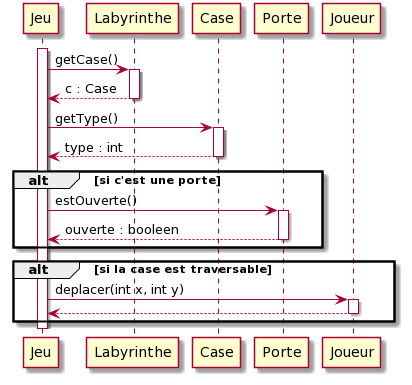
icetomtom/2020_COO_Zeldiablo_muller742u_etchevar1u_huet41u_bouillo15u keeps this PlantUML diagram as documents/version_3/Diagramme_sequence_porte.png. Above is the earlier version.
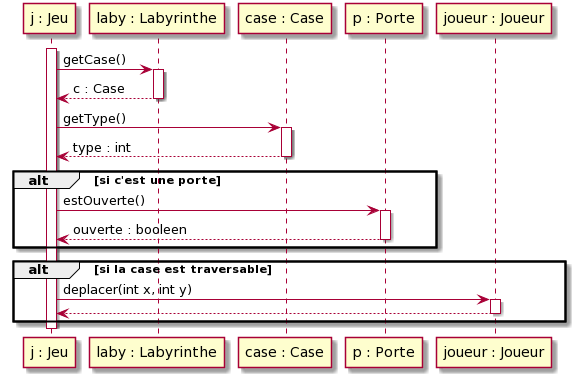
After the change.

The edit, as a diff of the source:
```diff
@@ -1,29 +1,29 @@
 @startuml
-activate Jeu
+activate "j : Jeu"
 
-Jeu -> Labyrinthe : getCase()
-activate Labyrinthe
-Labyrinthe --> Jeu : c : Case
-deactivate Labyrinthe
+"j : Jeu" -> "laby : Labyrinthe" : getCase()
+activate "laby : Labyrinthe"
+"laby : Labyrinthe" --> "j : Jeu" : c : Case
+deactivate "laby : Labyrinthe"
 
-Jeu -> Case : getType()
-activate Case
-Case --> Jeu : type : int
-deactivate Case
+"j : Jeu" -> "case : Case" : getType()
+activate "case : Case"
+"case : Case" --> "j : Jeu" : type : int
+deactivate "case : Case"
 
 alt si c'est une porte
-    Jeu -> Porte : estOuverte()
-    activate Porte
-    Porte --> Jeu : ouverte : booleen
-    deactivate Porte
+    "j : Jeu" -> "p : Porte" : estOuverte()
+    activate "p : Porte"
+    "p : Porte" --> "j : Jeu" : ouverte : booleen
+    deactivate "p : Porte"
 end
 
 alt si la case est traversable
-    Jeu -> Joueur : deplacer(int x, int y)
-    activate Joueur
-    Joueur --> Jeu
-    deactivate Joueur
+    "j : Jeu" -> "joueur : Joueur" : deplacer(int x, int y)
+    activate "joueur : Joueur"
+    "joueur : Joueur" --> "j : Jeu"
+    deactivate "joueur : Joueur"
 end
 
-deactivate Jeu
+deactivate "j : Jeu"
 @enduml
```
